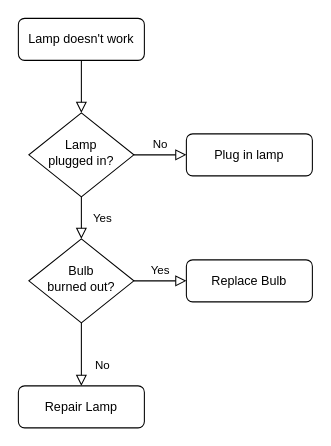
Above: Untitled Diagram.drawio in Smartlify08/Finsweet-Webpage (draw.io), before the change. Source tidied: cells renumbered, new cells numbered last; positions are measured from the earlier drawing's top-left corner, leaving out a move shared by most shapes. Both pictures are drawn from the tidied source at 105%, with x=0, y=0 at pixel (18, 18).
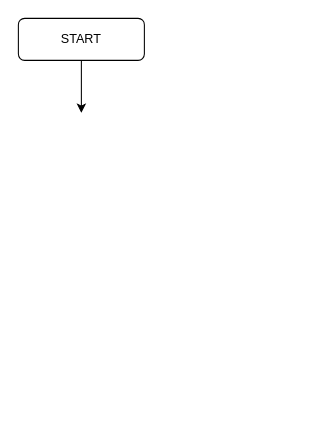
Above is the later version.

What changed in the source:
```diff
@@
 <mxGraphModel>
   <root>
     <mxCell id="0" />
     <mxCell id="1" parent="0" />
-    <mxCell id="2" style="rounded=0;html=1;jettySize=auto;fontSize=11;endArrow=block;endFill=0;endSize=8;strokeWidth=1;shadow=0;labelBackgroundColor=none;edgeStyle=orthogonalEdgeStyle;" parent="1" edge="1" source="3" target="6">
-      <mxGeometry relative="1" as="geometry" />
-    </mxCell>
+    <mxCell id="13" style="edgeStyle=orthogonalEdgeStyle;rounded=0;jettySize=auto;html=1;" parent="1" edge="1" source="3">
+      <mxGeometry relative="1" as="geometry">
+        <mxPoint x="60" y="90" as="targetPoint" />
+      </mxGeometry>
+    </mxCell>
-    <mxCell id="3" value="Lamp doesn't work" style="rounded=1;whiteSpace=wrap;html=1;fontSize=12;glass=0;strokeWidth=1;shadow=0;" parent="1" vertex="1">
+    <mxCell id="3" value="START" style="rounded=1;whiteSpace=wrap;html=1;fontSize=12;glass=0;strokeWidth=1;shadow=0;" parent="1" vertex="1">
       <mxGeometry width="120" height="40" as="geometry" />
     </mxCell>
-    <mxCell id="4" value="Yes" style="rounded=0;html=1;jettySize=auto;fontSize=11;endArrow=block;endFill=0;endSize=8;strokeWidth=1;shadow=0;labelBackgroundColor=none;edgeStyle=orthogonalEdgeStyle;" parent="1" edge="1" source="6" target="10">
-      <mxGeometry y="20" relative="1" as="geometry" />
-    </mxCell>
-    <mxCell id="5" value="No" style="edgeStyle=orthogonalEdgeStyle;rounded=0;html=1;jettySize=auto;fontSize=11;endArrow=block;endFill=0;endSize=8;strokeWidth=1;shadow=0;labelBackgroundColor=none;" parent="1" edge="1" source="6" target="7">
-      <mxGeometry y="10" relative="1" as="geometry" />
-    </mxCell>
-    <mxCell id="6" value="Lamp&lt;br&gt;plugged in?" style="rhombus;whiteSpace=wrap;html=1;shadow=0;fontFamily=Helvetica;fontSize=12;align=center;strokeWidth=1;spacing=6;spacingTop=-4;" parent="1" vertex="1">
-      <mxGeometry x="10" y="90" width="100" height="80" as="geometry" />
-    </mxCell>
-    <mxCell id="7" value="Plug in lamp" style="rounded=1;whiteSpace=wrap;html=1;fontSize=12;glass=0;strokeWidth=1;shadow=0;" parent="1" vertex="1">
-      <mxGeometry x="160" y="110" width="120" height="40" as="geometry" />
-    </mxCell>
-    <mxCell id="8" value="No" style="rounded=0;html=1;jettySize=auto;fontSize=11;endArrow=block;endFill=0;endSize=8;strokeWidth=1;shadow=0;labelBackgroundColor=none;edgeStyle=orthogonalEdgeStyle;" parent="1" edge="1" source="10" target="11">
-      <mxGeometry x="0.33" y="20" relative="1" as="geometry" />
-    </mxCell>
-    <mxCell id="9" value="Yes" style="edgeStyle=orthogonalEdgeStyle;rounded=0;html=1;jettySize=auto;fontSize=11;endArrow=block;endFill=0;endSize=8;strokeWidth=1;shadow=0;labelBackgroundColor=none;" parent="1" edge="1" source="10" target="12">
-      <mxGeometry y="10" relative="1" as="geometry" />
-    </mxCell>
-    <mxCell id="10" value="Bulb&lt;br&gt;burned out?" style="rhombus;whiteSpace=wrap;html=1;shadow=0;fontFamily=Helvetica;fontSize=12;align=center;strokeWidth=1;spacing=6;spacingTop=-4;" parent="1" vertex="1">
-      <mxGeometry x="10" y="210" width="100" height="80" as="geometry" />
-    </mxCell>
-    <mxCell id="11" value="Repair Lamp" style="rounded=1;whiteSpace=wrap;html=1;fontSize=12;glass=0;strokeWidth=1;shadow=0;" parent="1" vertex="1">
-      <mxGeometry y="350" width="120" height="40" as="geometry" />
-    </mxCell>
-    <mxCell id="12" value="Replace Bulb" style="rounded=1;whiteSpace=wrap;html=1;fontSize=12;glass=0;strokeWidth=1;shadow=0;" parent="1" vertex="1">
-      <mxGeometry x="160" y="230" width="120" height="40" as="geometry" />
-    </mxCell>
   </root>
 </mxGraphModel>
```
